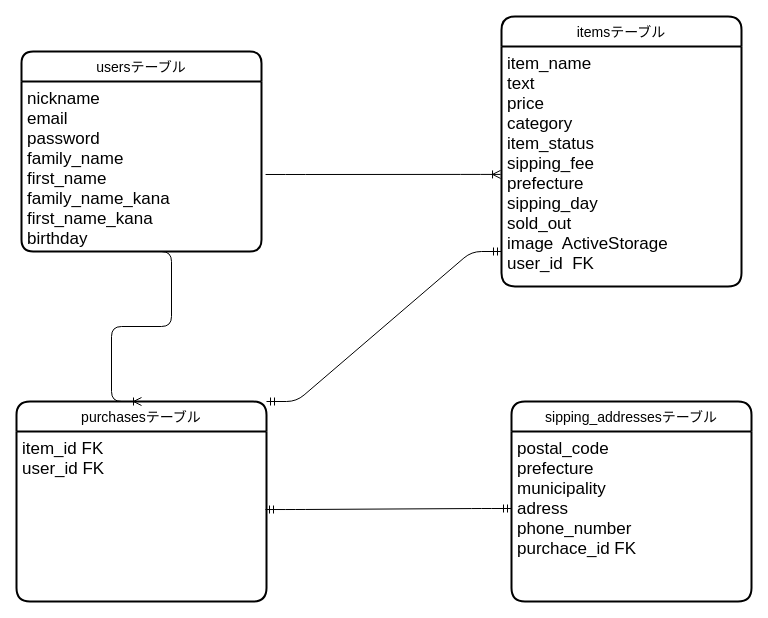
Above: .dio in kakeru-takakusaki/furima-34512 (draw.io), before the change. Source tidied: cells renumbered, new cells numbered last; positions are measured from the earlier drawing's top-left corner, leaving out a move shared by most shapes. Both pictures are drawn from the tidied source at 100%, with x=0, y=0 at pixel (16, 16).
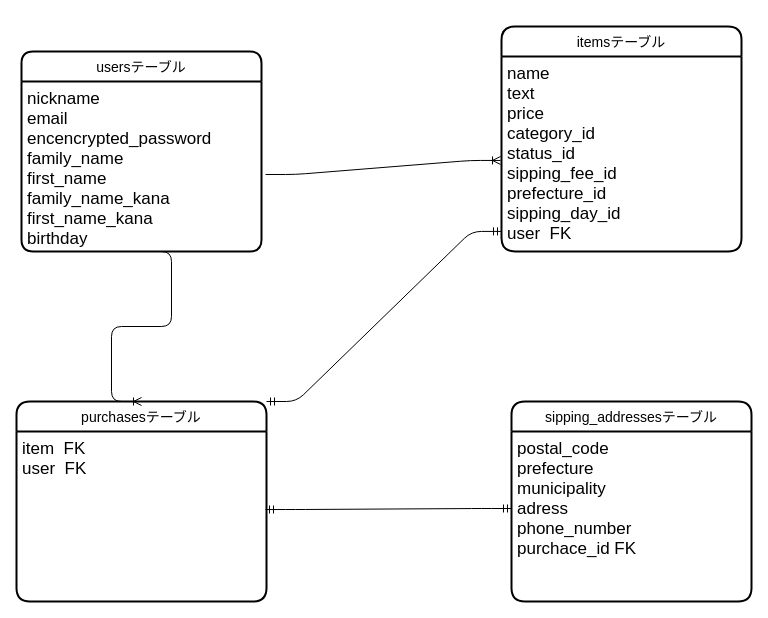
The same page after the edit.

Commit message (it also covers changes not shown here):
カラム名やER図の修正

The edit, as a diff of the source:
```diff
@@
 <mxGraphModel>
   <root>
     <mxCell id="0" />
     <mxCell id="1" parent="0" />
     <mxCell id="2" value="usersテーブル" style="swimlane;horizontal=1;startSize=30;rounded=1;fontSize=14;fontStyle=0;strokeWidth=2;shadow=0;dashed=0;align=center;arcSize=13;" parent="1" vertex="1">
       <mxGeometry x="5" y="35" width="240" height="200" as="geometry" />
     </mxCell>
-    <mxCell id="3" value="nickname&#10;email&#10;password&#10;family_name&#10;first_name&#10;family_name_kana&#10;first_name_kana&#10;birthday" style="align=left;strokeColor=none;fillColor=none;spacingLeft=4;fontSize=17;verticalAlign=top;" parent="2" vertex="1">
+    <mxCell id="3" value="nickname&#10;email&#10;encencrypted_password&#10;family_name&#10;first_name&#10;family_name_kana&#10;first_name_kana&#10;birthday" style="align=left;strokeColor=none;fillColor=none;spacingLeft=4;fontSize=17;verticalAlign=top;" parent="2" vertex="1">
       <mxGeometry y="30" width="240" height="170" as="geometry" />
     </mxCell>
     <mxCell id="4" value="itemsテーブル" style="swimlane;horizontal=1;startSize=30;rounded=1;fontSize=14;fontStyle=0;strokeWidth=2;shadow=0;dashed=0;align=center;" parent="1" vertex="1">
-      <mxGeometry x="485" width="240" height="270" as="geometry" />
+      <mxGeometry x="485" y="10" width="240" height="225" as="geometry" />
     </mxCell>
-    <mxCell id="5" value="item_name&#10;text&#10;price&#10;category&#10;item_status&#10;sipping_fee&#10;prefecture&#10;sipping_day&#10;sold_out&#10;image  ActiveStorage&#10;user_id  FK" style="align=left;strokeColor=none;fillColor=none;spacingLeft=4;fontSize=17;verticalAlign=top;" parent="4" vertex="1">
-      <mxGeometry y="30" width="240" height="240" as="geometry" />
+    <mxCell id="5" value="name&#10;text&#10;price&#10;category_id&#10;status_id&#10;sipping_fee_id&#10;prefecture_id&#10;sipping_day_id&#10;user  FK" style="align=left;strokeColor=none;fillColor=none;spacingLeft=4;fontSize=17;verticalAlign=top;" parent="4" vertex="1">
+      <mxGeometry y="30" width="240" height="195" as="geometry" />
     </mxCell>
     <mxCell id="6" value="sipping_addressesテーブル" style="swimlane;horizontal=1;startSize=30;rounded=1;fontSize=14;fontStyle=0;strokeWidth=2;shadow=0;dashed=0;align=center;" parent="1" vertex="1">
       <mxGeometry x="495" y="385" width="240" height="200" as="geometry" />
     </mxCell>
     <mxCell id="7" value="postal_code&#10;prefecture&#10;municipality&#10;adress&#10;phone_number&#10;purchace_id FK" style="align=left;strokeColor=none;fillColor=none;spacingLeft=4;fontSize=17;verticalAlign=top;" parent="6" vertex="1">
       <mxGeometry y="30" width="240" height="170" as="geometry" />
     </mxCell>
     <mxCell id="8" value="purchasesテーブル" style="swimlane;horizontal=1;startSize=30;rounded=1;fontSize=14;fontStyle=0;strokeWidth=2;shadow=0;dashed=0;align=center;" parent="1" vertex="1">
       <mxGeometry y="385" width="250" height="200" as="geometry" />
     </mxCell>
-    <mxCell id="9" value="item_id FK&#10;user_id FK" style="align=left;strokeColor=none;fillColor=none;spacingLeft=4;fontSize=17;verticalAlign=top;" parent="8" vertex="1">
+    <mxCell id="9" value="item  FK&#10;user  FK" style="align=left;strokeColor=none;fillColor=none;spacingLeft=4;fontSize=17;verticalAlign=top;" parent="8" vertex="1">
       <mxGeometry y="30" width="250" height="170" as="geometry" />
     </mxCell>
     <mxCell id="10" style="edgeStyle=entityRelationEdgeStyle;fontSize=17;html=1;endArrow=ERoneToMany;exitX=1.017;exitY=0.547;exitDx=0;exitDy=0;exitPerimeter=0;entryX=-0.004;entryY=0.533;entryDx=0;entryDy=0;entryPerimeter=0;" parent="1" edge="1" source="3" target="5">
       <mxGeometry relative="1" as="geometry" />
     </mxCell>
     <mxCell id="11" style="edgeStyle=entityRelationEdgeStyle;fontSize=12;html=1;endArrow=ERoneToMany;exitX=0.5;exitY=1;exitDx=0;exitDy=0;entryX=0.5;entryY=0;entryDx=0;entryDy=0;" parent="1" edge="1" source="3" target="8">
       <mxGeometry relative="1" as="geometry" />
     </mxCell>
-    <mxCell id="12" style="edgeStyle=entityRelationEdgeStyle;fontSize=12;html=1;endArrow=ERmandOne;startArrow=ERmandOne;exitX=1;exitY=0;exitDx=0;exitDy=0;" parent="1" edge="1" source="8">
-      <mxGeometry relative="1" as="geometry">
-        <mxPoint x="485" y="235" as="targetPoint" />
-      </mxGeometry>
+    <mxCell id="12" style="edgeStyle=entityRelationEdgeStyle;fontSize=12;html=1;endArrow=ERmandOne;startArrow=ERmandOne;exitX=1;exitY=0;exitDx=0;exitDy=0;entryX=0;entryY=0.897;entryDx=0;entryDy=0;entryPerimeter=0;" parent="1" edge="1" source="8" target="5">
+      <mxGeometry relative="1" as="geometry" />
     </mxCell>
     <mxCell id="13" style="edgeStyle=entityRelationEdgeStyle;fontSize=12;html=1;endArrow=ERmandOne;startArrow=ERmandOne;exitX=0.996;exitY=0.459;exitDx=0;exitDy=0;exitPerimeter=0;" parent="1" edge="1" source="9">
       <mxGeometry relative="1" as="geometry">
         <mxPoint x="495" y="492" as="targetPoint" />
       </mxGeometry>
     </mxCell>
   </root>
 </mxGraphModel>
```
